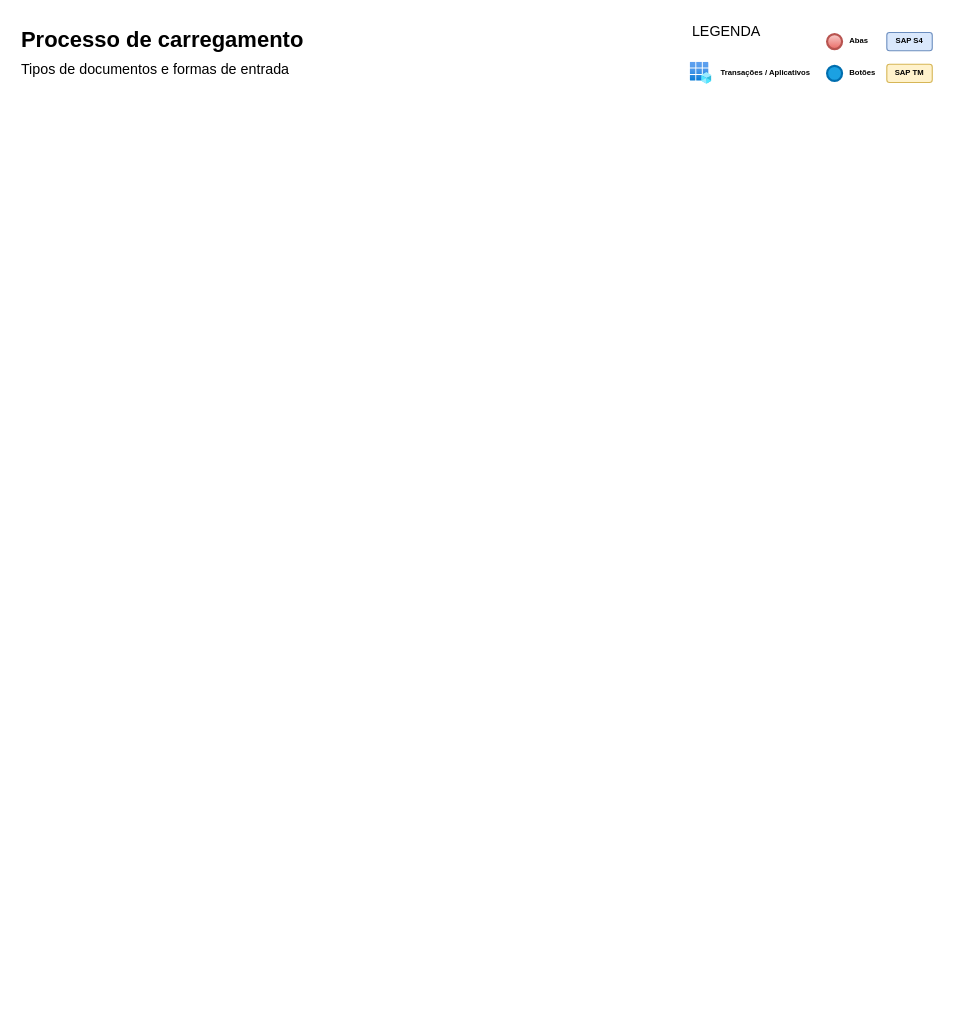
VictorAlvesMatias/fluxogramas keeps this draw.io diagram as Carregamento.drawio. Above is the earlier version. Source tidied: cells renumbered, new cells numbered last; positions are measured from the earlier drawing's top-left corner, leaving out a move shared by most shapes. Both pictures are drawn from the tidied source at 110%, with x=0, y=0 at pixel (19, 19).
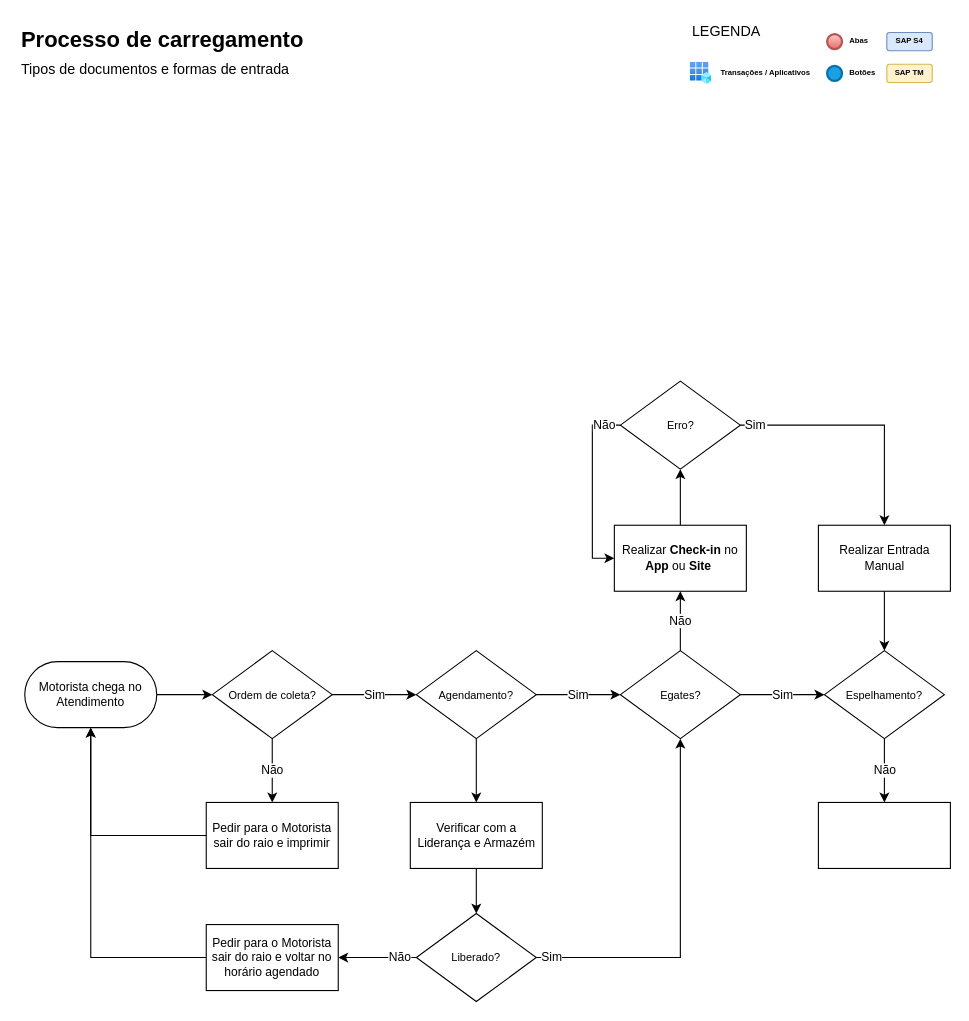
Above is the later version.

Diff of the diagram source:
```diff
@@
+    <mxCell id="13" style="edgeStyle=orthogonalEdgeStyle;rounded=0;jettySize=auto;html=1;entryX=0;entryY=0.5;entryDx=0;entryDy=0;" parent="1" edge="1" source="14" target="15">
+      <mxGeometry relative="1" as="geometry" />
+    </mxCell>
+    <mxCell id="14" value="Motorista chega no Atendimento" style="rounded=1;whiteSpace=wrap;html=1;arcSize=50;fontSize=11;" parent="1" vertex="1">
+      <mxGeometry x="5" y="584" width="120" height="60" as="geometry" />
+    </mxCell>
+    <mxCell id="15" value="Ordem de coleta?" style="rhombus;whiteSpace=wrap;html=1;fontSize=10;" parent="1" vertex="1">
+      <mxGeometry x="175.5" y="574" width="109" height="80" as="geometry" />
+    </mxCell>
+    <mxCell id="16" style="edgeStyle=orthogonalEdgeStyle;rounded=0;jettySize=auto;html=1;" parent="1" edge="1" source="17" target="14">
+      <mxGeometry relative="1" as="geometry" />
+    </mxCell>
+    <mxCell id="17" value="Pedir para o Motorista sair do raio e imprimir" style="rounded=0;whiteSpace=wrap;html=1;fontSize=11;" parent="1" vertex="1">
+      <mxGeometry x="170" y="712" width="120" height="60" as="geometry" />
+    </mxCell>
+    <mxCell id="18" value="Não" style="edgeStyle=orthogonalEdgeStyle;rounded=0;jettySize=auto;html=1;entryX=0.5;entryY=0;entryDx=0;entryDy=0;strokeColor=#000000;" parent="1" edge="1" source="15" target="17">
+      <mxGeometry relative="1" as="geometry" />
+    </mxCell>
+    <mxCell id="19" value="Sim" style="edgeStyle=orthogonalEdgeStyle;rounded=0;jettySize=auto;html=1;entryX=0;entryY=0.5;entryDx=0;entryDy=0;strokeColor=#000000;exitX=1;exitY=0.5;exitDx=0;exitDy=0;" parent="1" edge="1" source="15">
+      <mxGeometry relative="1" as="geometry">
+        <mxPoint x="361" y="614" as="targetPoint" />
+      </mxGeometry>
+    </mxCell>
+    <mxCell id="20" style="edgeStyle=orthogonalEdgeStyle;rounded=0;jettySize=auto;html=1;entryX=0.5;entryY=0;entryDx=0;entryDy=0;exitX=0.5;exitY=1;exitDx=0;exitDy=0;strokeColor=#FF0000;" parent="1" edge="1" source="15">
+      <mxGeometry relative="1" as="geometry">
+        <mxPoint x="230" y="654" as="targetPoint" />
+      </mxGeometry>
+    </mxCell>
+    <mxCell id="21" style="edgeStyle=orthogonalEdgeStyle;rounded=0;jettySize=auto;html=1;entryX=0.5;entryY=0;entryDx=0;entryDy=0;strokeColor=default;align=center;verticalAlign=middle;fontFamily=Helvetica;fontSize=11;fontColor=default;labelBackgroundColor=default;endArrow=classic;" parent="1" edge="1" source="22" target="41">
+      <mxGeometry relative="1" as="geometry" />
+    </mxCell>
+    <mxCell id="22" value="Agendamento?" style="rhombus;whiteSpace=wrap;html=1;fontSize=10;" parent="1" vertex="1">
+      <mxGeometry x="361" y="574" width="109" height="80" as="geometry" />
+    </mxCell>
+    <mxCell id="23" value="Sim" style="edgeStyle=orthogonalEdgeStyle;rounded=0;jettySize=auto;html=1;entryX=0;entryY=0.5;entryDx=0;entryDy=0;strokeColor=#000000;exitX=1;exitY=0.5;exitDx=0;exitDy=0;" parent="1" edge="1" source="22">
+      <mxGeometry relative="1" as="geometry">
+        <mxPoint x="546.5" y="614" as="targetPoint" />
+      </mxGeometry>
+    </mxCell>
+    <mxCell id="24" value="Egates?" style="rhombus;whiteSpace=wrap;html=1;fontSize=10;" parent="1" vertex="1">
+      <mxGeometry x="546.5" y="574" width="109" height="80" as="geometry" />
+    </mxCell>
+    <mxCell id="25" style="edgeStyle=orthogonalEdgeStyle;rounded=0;jettySize=auto;html=1;entryX=0.5;entryY=1;entryDx=0;entryDy=0;strokeColor=default;" parent="1" edge="1" source="26" target="34">
+      <mxGeometry relative="1" as="geometry" />
+    </mxCell>
+    <mxCell id="26" value="Realizar &lt;b&gt;Check-in&lt;/b&gt; no &lt;b&gt;App&lt;/b&gt; ou&amp;nbsp;&lt;b&gt;Site&amp;nbsp;&lt;/b&gt;" style="rounded=0;whiteSpace=wrap;html=1;fontSize=11;" parent="1" vertex="1">
+      <mxGeometry x="541" y="460" width="120" height="60" as="geometry" />
+    </mxCell>
+    <mxCell id="27" value="Não" style="edgeStyle=orthogonalEdgeStyle;rounded=0;jettySize=auto;html=1;entryX=0.5;entryY=1;entryDx=0;entryDy=0;strokeColor=#000000;exitX=0.5;exitY=0;exitDx=0;exitDy=0;" parent="1" edge="1" source="24" target="26">
+      <mxGeometry relative="1" as="geometry" />
+    </mxCell>
+    <mxCell id="28" value="Sim" style="edgeStyle=orthogonalEdgeStyle;rounded=0;jettySize=auto;html=1;entryX=0;entryY=0.5;entryDx=0;entryDy=0;strokeColor=#000000;exitX=1;exitY=0.5;exitDx=0;exitDy=0;" parent="1" edge="1" source="24">
+      <mxGeometry relative="1" as="geometry">
+        <mxPoint x="732" y="614" as="targetPoint" />
+      </mxGeometry>
+    </mxCell>
+    <mxCell id="29" value="Espelhamento?" style="rhombus;whiteSpace=wrap;html=1;fontSize=10;" parent="1" vertex="1">
+      <mxGeometry x="732" y="574" width="109" height="80" as="geometry" />
+    </mxCell>
+    <mxCell id="30" style="rounded=0;whiteSpace=wrap;html=1;fontSize=11;" parent="1" vertex="1">
+      <mxGeometry x="726.5" y="712" width="120" height="60" as="geometry" />
+    </mxCell>
+    <mxCell id="31" value="Não" style="edgeStyle=orthogonalEdgeStyle;rounded=0;jettySize=auto;html=1;entryX=0.5;entryY=0;entryDx=0;entryDy=0;strokeColor=#000000;" parent="1" edge="1" source="29" target="30">
+      <mxGeometry relative="1" as="geometry">
+        <Array as="points">
+          <mxPoint x="786" y="673" />
+          <mxPoint x="786" y="673" />
+        </Array>
+      </mxGeometry>
+    </mxCell>
+    <mxCell id="32" style="edgeStyle=orthogonalEdgeStyle;rounded=0;jettySize=auto;html=1;entryX=0.5;entryY=0;entryDx=0;entryDy=0;strokeColor=default;align=center;verticalAlign=middle;fontFamily=Helvetica;fontSize=11;fontColor=default;labelBackgroundColor=default;endArrow=classic;exitX=1;exitY=0.5;exitDx=0;exitDy=0;" parent="1" edge="1" source="38" target="36">
+      <mxGeometry relative="1" as="geometry">
+        <Array as="points">
+          <mxPoint x="786" y="369" />
+        </Array>
+      </mxGeometry>
+    </mxCell>
+    <mxCell id="33" style="edgeStyle=orthogonalEdgeStyle;rounded=0;jettySize=auto;html=1;entryX=0;entryY=0.5;entryDx=0;entryDy=0;strokeColor=default;align=center;verticalAlign=middle;fontFamily=Helvetica;fontSize=11;fontColor=default;labelBackgroundColor=default;endArrow=classic;exitX=0;exitY=0.5;exitDx=0;exitDy=0;" parent="1" edge="1" source="34" target="26">
+      <mxGeometry relative="1" as="geometry">
+        <Array as="points">
+          <mxPoint x="521" y="369" />
+          <mxPoint x="521" y="490" />
+        </Array>
+      </mxGeometry>
+    </mxCell>
+    <mxCell id="34" value="Erro?" style="rhombus;whiteSpace=wrap;html=1;fontSize=10;" parent="1" vertex="1">
+      <mxGeometry x="546.5" y="329" width="109" height="80" as="geometry" />
+    </mxCell>
+    <mxCell id="35" style="edgeStyle=orthogonalEdgeStyle;rounded=0;jettySize=auto;html=1;entryX=0.5;entryY=0;entryDx=0;entryDy=0;strokeColor=default;align=center;verticalAlign=middle;fontFamily=Helvetica;fontSize=11;fontColor=default;labelBackgroundColor=default;endArrow=classic;" parent="1" edge="1" source="36" target="29">
+      <mxGeometry relative="1" as="geometry" />
+    </mxCell>
+    <mxCell id="36" value="Realizar Entrada Manual" style="rounded=0;whiteSpace=wrap;html=1;fontSize=11;" parent="1" vertex="1">
+      <mxGeometry x="726.5" y="460" width="120" height="60" as="geometry" />
+    </mxCell>
+    <mxCell id="37" style="edgeStyle=orthogonalEdgeStyle;rounded=0;jettySize=auto;html=1;entryX=0.5;entryY=0;entryDx=0;entryDy=0;strokeColor=default;align=center;verticalAlign=middle;fontFamily=Helvetica;fontSize=11;fontColor=default;labelBackgroundColor=default;endArrow=classic;exitX=1;exitY=0.5;exitDx=0;exitDy=0;" parent="1" edge="1" source="34" target="38">
+      <mxGeometry relative="1" as="geometry" />
+    </mxCell>
+    <mxCell id="38" value="Sim" style="text;html=1;align=center;verticalAlign=middle;whiteSpace=wrap;rounded=0;fontFamily=Helvetica;fontSize=11;fontColor=default;labelBackgroundColor=default;" parent="1" vertex="1">
+      <mxGeometry x="659" y="363.5" width="21" height="11" as="geometry" />
+    </mxCell>
+    <mxCell id="39" value="Não" style="text;html=1;align=center;verticalAlign=middle;whiteSpace=wrap;rounded=0;fontFamily=Helvetica;fontSize=11;fontColor=default;labelBackgroundColor=default;" parent="1" vertex="1">
+      <mxGeometry x="522" y="363.5" width="21" height="11" as="geometry" />
+    </mxCell>
+    <mxCell id="40" style="edgeStyle=orthogonalEdgeStyle;rounded=0;jettySize=auto;html=1;entryX=0.5;entryY=0;entryDx=0;entryDy=0;strokeColor=default;align=center;verticalAlign=middle;fontFamily=Helvetica;fontSize=11;fontColor=default;labelBackgroundColor=default;endArrow=classic;" parent="1" edge="1" source="41" target="44">
+      <mxGeometry relative="1" as="geometry" />
+    </mxCell>
+    <mxCell id="41" value="Verificar com a Liderança e Armazém" style="rounded=0;whiteSpace=wrap;html=1;fontSize=11;" parent="1" vertex="1">
+      <mxGeometry x="355.5" y="712" width="120" height="60" as="geometry" />
+    </mxCell>
+    <mxCell id="42" style="edgeStyle=orthogonalEdgeStyle;rounded=0;jettySize=auto;html=1;entryX=0.5;entryY=1;entryDx=0;entryDy=0;strokeColor=default;align=center;verticalAlign=middle;fontFamily=Helvetica;fontSize=11;fontColor=default;labelBackgroundColor=default;endArrow=classic;exitX=1;exitY=0.5;exitDx=0;exitDy=0;" parent="1" edge="1" source="44" target="24">
+      <mxGeometry relative="1" as="geometry" />
+    </mxCell>
+    <mxCell id="43" style="edgeStyle=orthogonalEdgeStyle;rounded=0;jettySize=auto;html=1;entryX=1;entryY=0.5;entryDx=0;entryDy=0;strokeColor=default;align=center;verticalAlign=middle;fontFamily=Helvetica;fontSize=11;fontColor=default;labelBackgroundColor=default;endArrow=classic;exitX=0;exitY=0.5;exitDx=0;exitDy=0;" parent="1" edge="1" source="44" target="47">
+      <mxGeometry relative="1" as="geometry" />
+    </mxCell>
+    <mxCell id="44" value="Liberado?" style="rhombus;whiteSpace=wrap;html=1;fontSize=10;" parent="1" vertex="1">
+      <mxGeometry x="361" y="813" width="109" height="80" as="geometry" />
+    </mxCell>
+    <mxCell id="45" value="Sim" style="text;html=1;align=center;verticalAlign=middle;whiteSpace=wrap;rounded=0;fontFamily=Helvetica;fontSize=11;fontColor=default;labelBackgroundColor=default;" parent="1" vertex="1">
+      <mxGeometry x="474" y="847.5" width="21" height="11" as="geometry" />
+    </mxCell>
+    <mxCell id="46" style="edgeStyle=orthogonalEdgeStyle;rounded=0;jettySize=auto;html=1;strokeColor=default;align=center;verticalAlign=middle;fontFamily=Helvetica;fontSize=11;fontColor=default;labelBackgroundColor=default;endArrow=classic;" parent="1" edge="1" source="47" target="14">
+      <mxGeometry relative="1" as="geometry" />
+    </mxCell>
+    <mxCell id="47" value="Pedir para o Motorista sair do raio e voltar no horário agendado" style="rounded=0;whiteSpace=wrap;html=1;fontSize=11;" parent="1" vertex="1">
+      <mxGeometry x="170" y="823" width="120" height="60" as="geometry" />
+    </mxCell>
+    <mxCell id="48" value="Não" style="text;html=1;align=center;verticalAlign=middle;whiteSpace=wrap;rounded=0;fontFamily=Helvetica;fontSize=11;fontColor=default;labelBackgroundColor=default;" parent="1" vertex="1">
+      <mxGeometry x="336" y="847.5" width="21" height="11" as="geometry" />
+    </mxCell>
```
